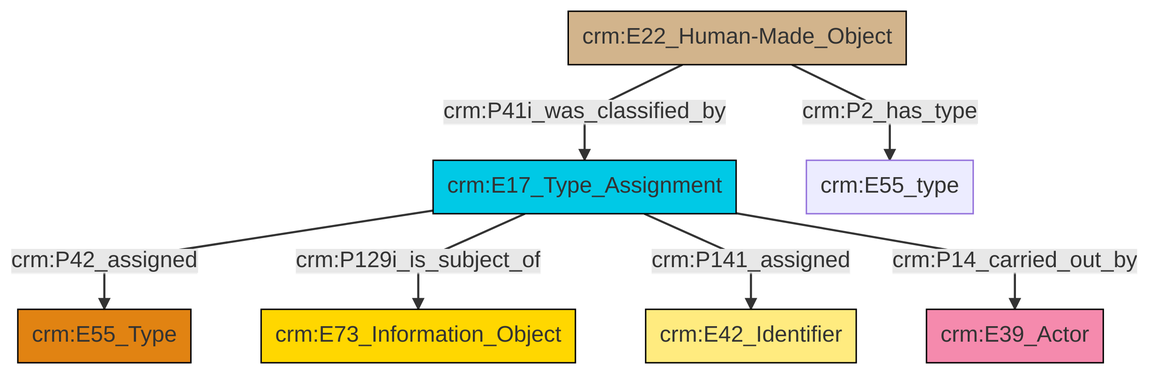
Earlier version of the Mermaid export et/builtWorkCSV/ttl/mmd/png/Built_Work_designation_status.png (swiss-art-research-net/docs.swissartresearch). Its source is kept beside it as et/builtWorkCSV/ttl/mmd/Built_Work_designation_status.ttl.mmd.
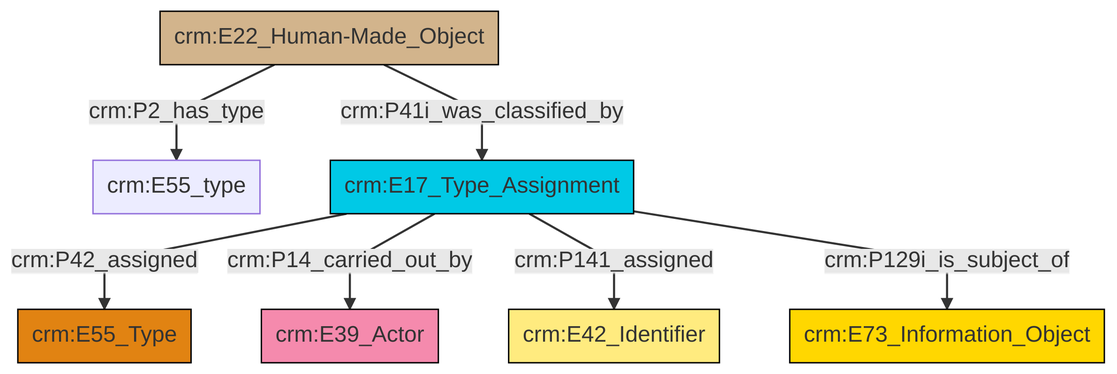
After the change.

The edit, as a diff of the source:
```diff
@@ -13,9 +13,9 @@
 classDef PC_Classes fill:#4ce600, stroke:#000000;
 classDef Multi fill:#cccccc,stroke:#000000;
 
-0["crm:E17_Type_Assignment"]:::Temporal_Entity -->|crm:P42_assigned| 1["crm:E55_Type"]:::Type
-0["crm:E17_Type_Assignment"]:::Temporal_Entity -->|crm:P129i_is_subject_of| 2["crm:E73_Information_Object"]:::Conceptual_Object
-6["crm:E22_Human-Made_Object"]:::Physical_Thing -->|crm:P2_has_type| 7["crm:E55_type"]:::Default
-0["crm:E17_Type_Assignment"]:::Temporal_Entity -->|crm:P141_assigned| 3["crm:E42_Identifier"]:::Appellation
-0["crm:E17_Type_Assignment"]:::Temporal_Entity -->|crm:P14_carried_out_by| 10["crm:E39_Actor"]:::Actor
-6["crm:E22_Human-Made_Object"]:::Physical_Thing -->|crm:P41i_was_classified_by| 0["crm:E17_Type_Assignment"]:::Temporal_Entity
+2["crm:E22_Human-Made_Object"]:::Physical_Thing -->|crm:P2_has_type| 3["crm:E55_type"]:::Default
+7["crm:E17_Type_Assignment"]:::Temporal_Entity -->|crm:P42_assigned| 0["crm:E55_Type"]:::Type
+7["crm:E17_Type_Assignment"]:::Temporal_Entity -->|crm:P14_carried_out_by| 8["crm:E39_Actor"]:::Actor
+2["crm:E22_Human-Made_Object"]:::Physical_Thing -->|crm:P41i_was_classified_by| 7["crm:E17_Type_Assignment"]:::Temporal_Entity
+7["crm:E17_Type_Assignment"]:::Temporal_Entity -->|crm:P141_assigned| 4["crm:E42_Identifier"]:::Appellation
+7["crm:E17_Type_Assignment"]:::Temporal_Entity -->|crm:P129i_is_subject_of| 10["crm:E73_Information_Object"]:::Conceptual_Object
```
